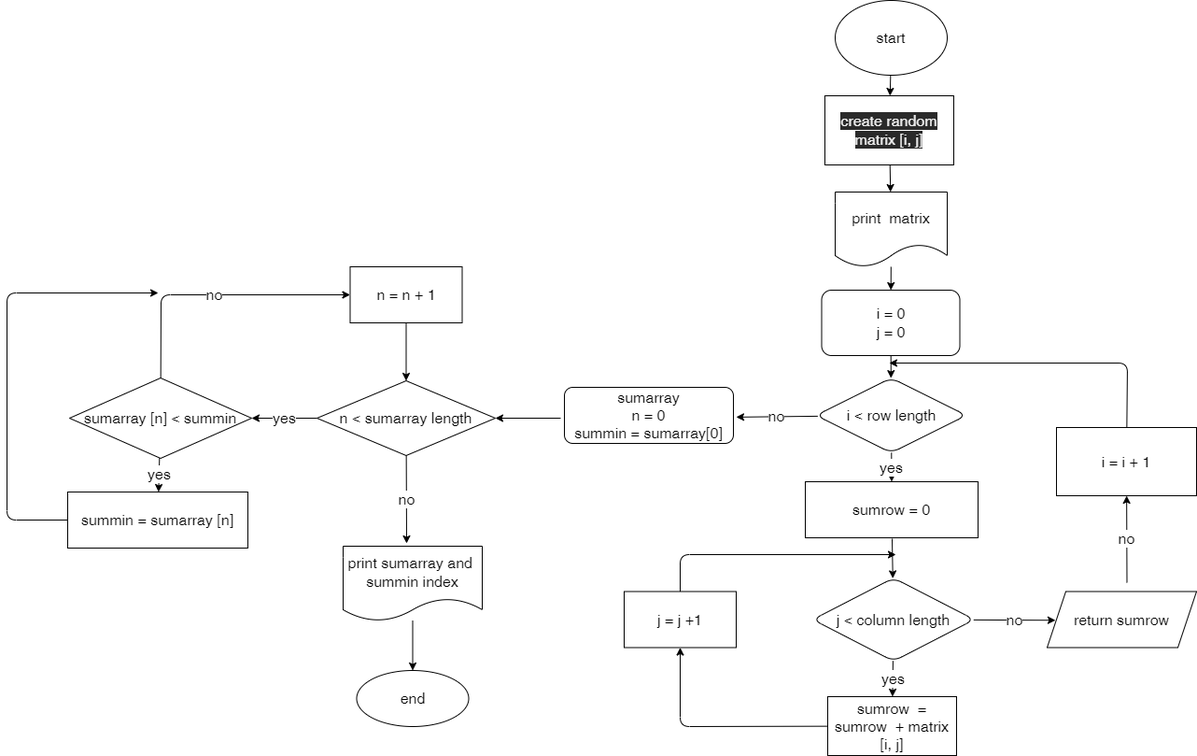
sergdmi/3-Code keeps this draw.io diagram as Homework/Lesson08/task56/alg.drawio.png. Above is the earlier version. Source tidied: cells renumbered, new cells last; positions are measured from the earlier drawing's top-left corner, leaving out a move shared by most shapes.
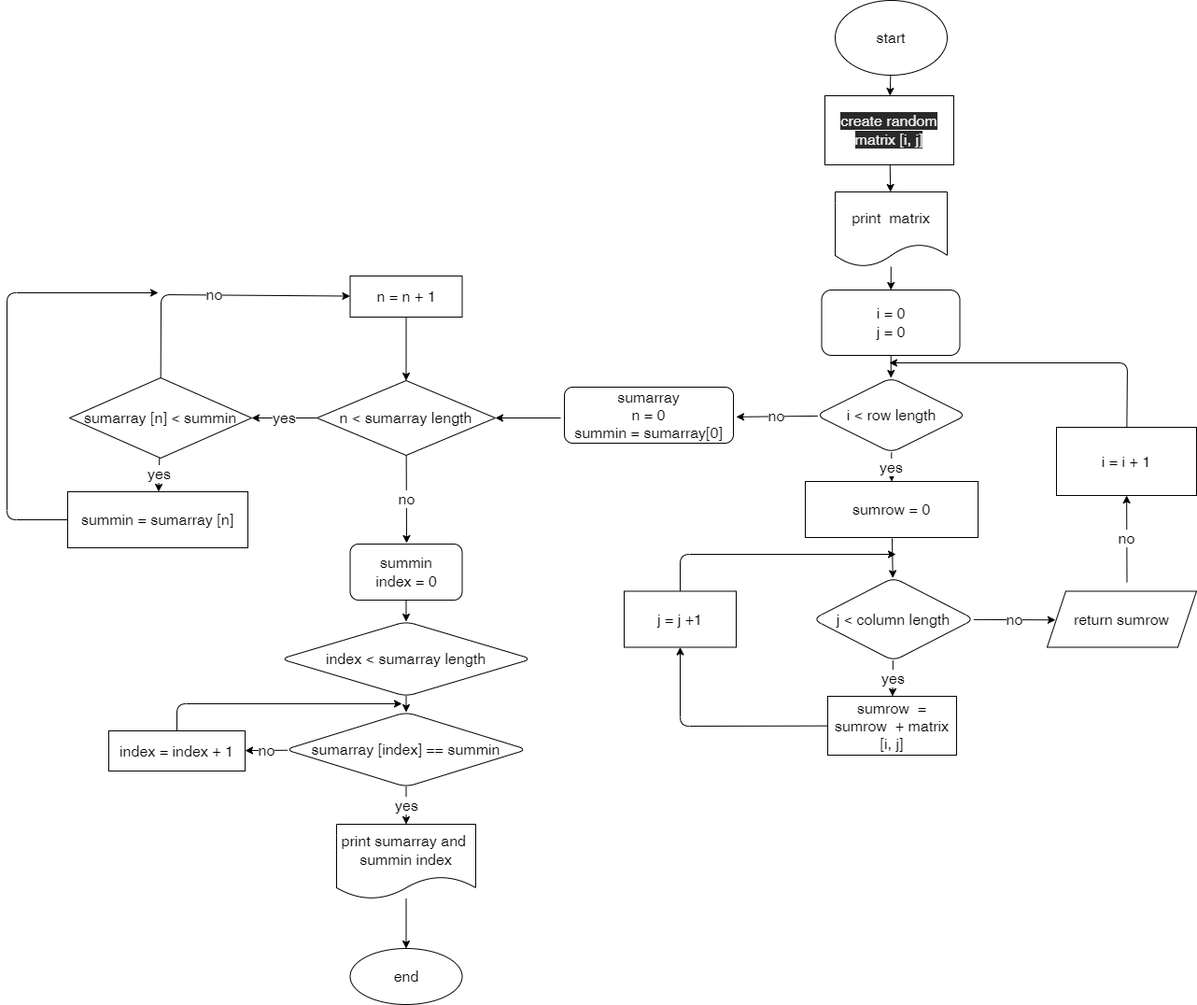
After the commit.

Diff of the diagram source:
```diff
@@ -97,10 +97,10 @@
       <mxGeometry relative="1" as="geometry" />
     </mxCell>
     <mxCell id="26" value="print sumarray and&amp;nbsp; summin index" style="shape=document;whiteSpace=wrap;html=1;boundedLbl=1;fontSize=16;rounded=1;" parent="1" vertex="1">
-      <mxGeometry x="360" y="584" width="149" height="80" as="geometry" />
+      <mxGeometry x="353" y="882" width="149" height="80" as="geometry" />
     </mxCell>
     <mxCell id="27" value="end" style="ellipse;whiteSpace=wrap;html=1;fontSize=16;rounded=1;" parent="1" vertex="1">
-      <mxGeometry x="374.5" y="717" width="120" height="60" as="geometry" />
+      <mxGeometry x="367.5" y="1015" width="120" height="60" as="geometry" />
     </mxCell>
     <mxCell id="28" style="edgeStyle=none;html=1;fontSize=16;" parent="1" edge="1" target="31">
       <mxGeometry relative="1" as="geometry">
@@ -138,7 +138,7 @@
       <mxGeometry relative="1" as="geometry" />
     </mxCell>
     <mxCell id="37" value="n = n + 1" style="whiteSpace=wrap;html=1;fontSize=16;rounded=0;" parent="1" vertex="1">
-      <mxGeometry x="367.5" y="285" width="120" height="60" as="geometry" />
+      <mxGeometry x="367.5" y="295" width="120" height="44" as="geometry" />
     </mxCell>
     <mxCell id="38" style="edgeStyle=none;html=1;fontSize=16;" parent="1" edge="1" source="39">
       <mxGeometry relative="1" as="geometry">
@@ -155,5 +155,37 @@
     <mxCell id="40" value="&lt;span&gt;return sumrow&lt;/span&gt;" style="shape=parallelogram;perimeter=parallelogramPerimeter;whiteSpace=wrap;html=1;fixedSize=1;fontSize=16;" parent="1" vertex="1">
       <mxGeometry x="1114" y="632.5" width="160" height="60" as="geometry" />
     </mxCell>
+    <mxCell id="41" style="edgeStyle=none;html=1;fontSize=16;" parent="1" edge="1" source="42" target="44">
+      <mxGeometry relative="1" as="geometry" />
+    </mxCell>
+    <mxCell id="42" value="summin&lt;br&gt;index = 0" style="rounded=1;whiteSpace=wrap;html=1;fontSize=16;" parent="1" vertex="1">
+      <mxGeometry x="367.5" y="582" width="120" height="60" as="geometry" />
+    </mxCell>
+    <mxCell id="43" style="edgeStyle=none;html=1;fontSize=16;" parent="1" edge="1" source="44" target="47">
+      <mxGeometry relative="1" as="geometry" />
+    </mxCell>
+    <mxCell id="44" value="&lt;span&gt;index &amp;lt; sumarray length&lt;/span&gt;" style="rhombus;whiteSpace=wrap;html=1;fontSize=16;rounded=1;" parent="1" vertex="1">
+      <mxGeometry x="293" y="665" width="269" height="80" as="geometry" />
+    </mxCell>
+    <mxCell id="45" value="yes" style="edgeStyle=none;html=1;fontSize=16;" parent="1" edge="1" source="47" target="26">
+      <mxGeometry relative="1" as="geometry" />
+    </mxCell>
+    <mxCell id="46" value="no" style="edgeStyle=none;html=1;fontSize=16;" parent="1" edge="1" source="47" target="49">
+      <mxGeometry relative="1" as="geometry" />
+    </mxCell>
+    <mxCell id="47" value="sumarray [index] ==&amp;nbsp;&lt;span&gt;summin&lt;/span&gt;" style="rhombus;whiteSpace=wrap;html=1;fontSize=16;rounded=1;" parent="1" vertex="1">
+      <mxGeometry x="298" y="762" width="259" height="80" as="geometry" />
+    </mxCell>
+    <mxCell id="48" style="edgeStyle=none;html=1;fontSize=16;" parent="1" edge="1" source="49">
+      <mxGeometry relative="1" as="geometry">
+        <mxPoint x="423" y="753" as="targetPoint" />
+        <Array as="points">
+          <mxPoint x="182" y="753" />
+        </Array>
+      </mxGeometry>
+    </mxCell>
+    <mxCell id="49" value="index = index + 1" style="rounded=0;whiteSpace=wrap;html=1;fontSize=16;" parent="1" vertex="1">
+      <mxGeometry x="109" y="782" width="146" height="43" as="geometry" />
+    </mxCell>
   </root>
 </mxGraphModel>
```
